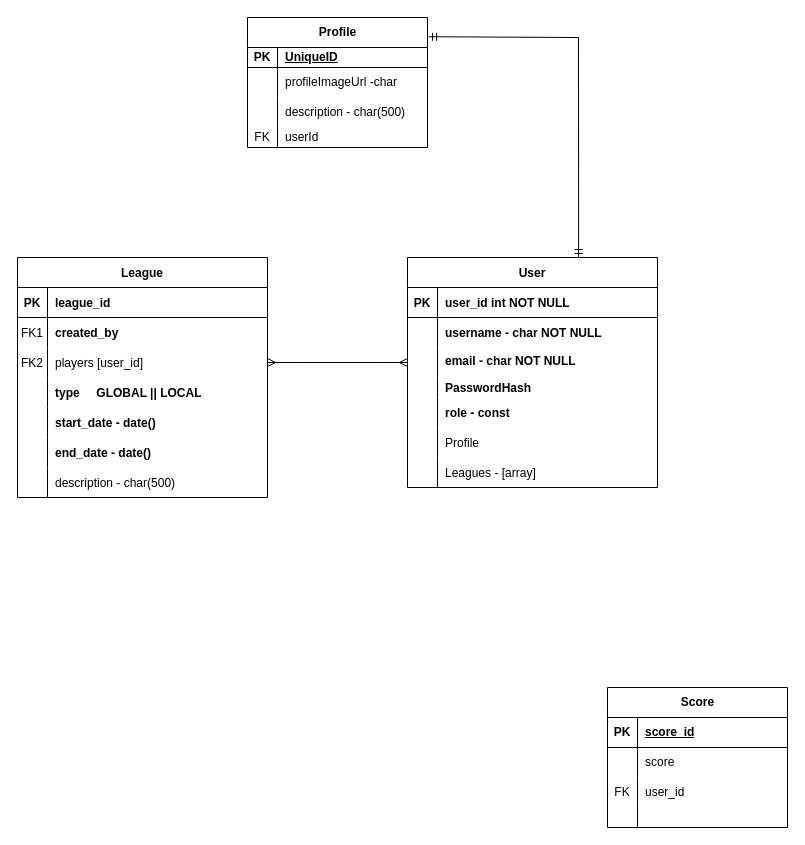
Before: Untitled Diagram.drawio in OGester/duels-mvp, a draw.io diagram. Source tidied: cells renumbered, new cells numbered last; positions are measured from the earlier drawing's top-left corner, leaving out a move shared by most shapes. Both pictures are drawn from the tidied source at 100%, with x=0, y=0 at pixel (17, 17).
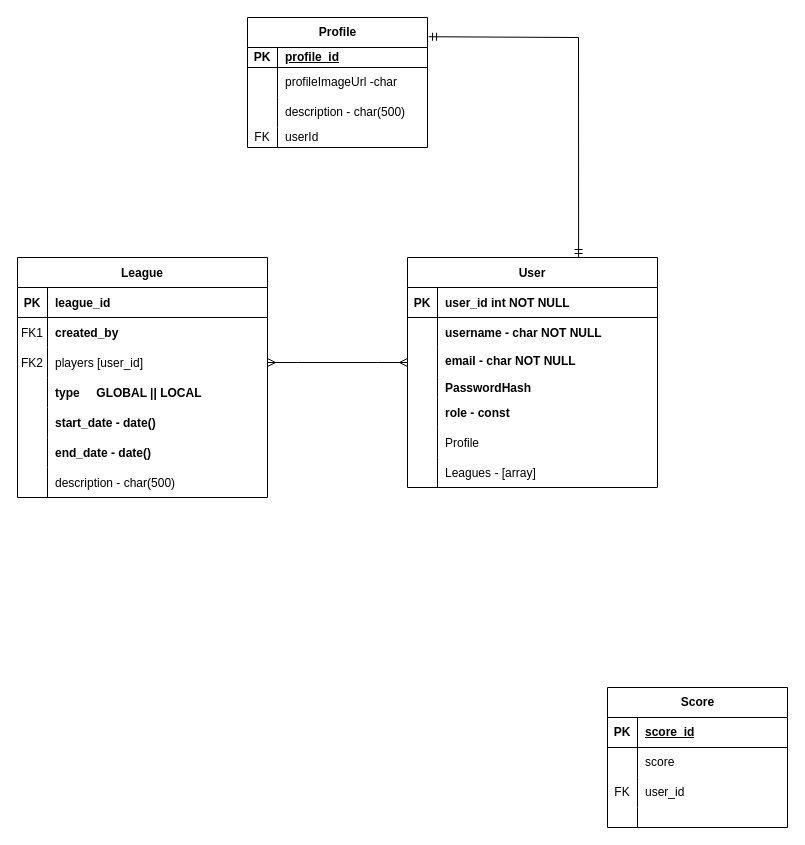
After the change.

Unchanged cells that the change refers to:
```xml
<mxCell id="60" style="shape=tableRow;horizontal=0;startSize=0;swimlaneHead=0;swimlaneBody=0;fillColor=none;top=0;left=0;right=0;bottom=1;" parent="59" vertex="1">
  <mxGeometry y="30" width="180" height="20" as="geometry" />
</mxCell>
```

The edit, as a diff of the source:
```diff
@@
-    <mxCell id="62" value="UniqueID" style="shape=partialRectangle;fillColor=none;top=0;left=0;bottom=0;right=0;align=left;spacingLeft=6;fontStyle=5;overflow=hidden;whiteSpace=wrap;html=1;" parent="60" vertex="1">
+    <mxCell id="62" value="profile_id" style="shape=partialRectangle;fillColor=none;top=0;left=0;bottom=0;right=0;align=left;spacingLeft=6;fontStyle=5;overflow=hidden;whiteSpace=wrap;html=1;" parent="60" vertex="1">
       <mxGeometry x="30" width="150" height="20" as="geometry" />
     </mxCell>
```
